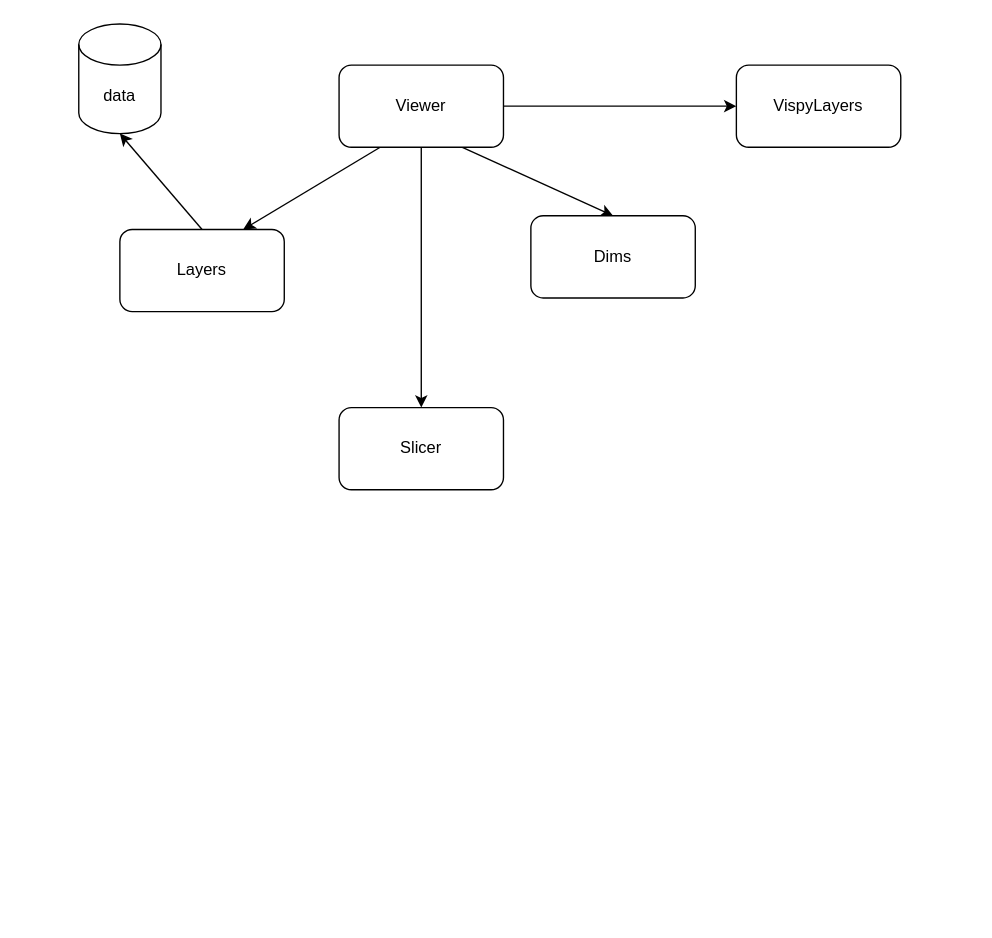
The draw.io diagram progressive-loading.drawio in andy-sweet/napari-diagrams, before the edit. Source tidied: cells renumbered, new cells numbered last; positions are measured from the earlier drawing's top-left corner, leaving out a move shared by most shapes. Both pictures are drawn from the tidied source at 137%, with x=0, y=0 at pixel (78, 23).
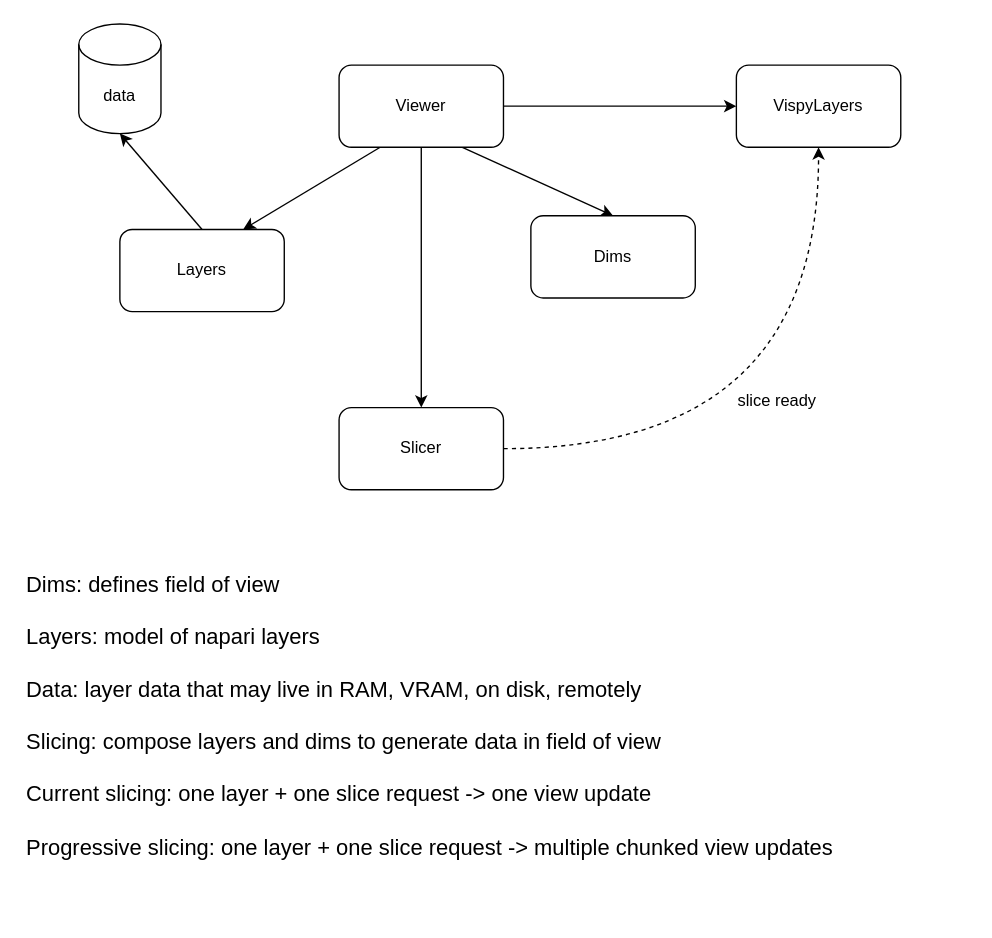
Above is the later version.

Diff of the diagram source:
```diff
@@
 <mxGraphModel>
   <root>
     <mxCell id="0" />
     <mxCell id="1" parent="0" />
     <mxCell id="2" value="data" style="shape=cylinder3;whiteSpace=wrap;html=1;boundedLbl=1;backgroundOutline=1;size=15;" parent="1" vertex="1">
       <mxGeometry width="60" height="80" as="geometry" />
     </mxCell>
     <mxCell id="3" style="rounded=0;jettySize=auto;html=1;exitX=0.25;exitY=1;exitDx=0;exitDy=0;entryX=0.75;entryY=0;entryDx=0;entryDy=0;" parent="1" edge="1" source="7" target="9">
       <mxGeometry relative="1" as="geometry" />
     </mxCell>
     <mxCell id="4" style="edgeStyle=none;rounded=0;jettySize=auto;html=1;exitX=0.75;exitY=1;exitDx=0;exitDy=0;entryX=0.5;entryY=0;entryDx=0;entryDy=0;" parent="1" edge="1" source="7" target="10">
       <mxGeometry relative="1" as="geometry" />
     </mxCell>
     <mxCell id="5" style="edgeStyle=none;rounded=0;jettySize=auto;html=1;exitX=0.5;exitY=1;exitDx=0;exitDy=0;entryX=0.5;entryY=0;entryDx=0;entryDy=0;" parent="1" edge="1" source="7" target="11">
       <mxGeometry relative="1" as="geometry" />
     </mxCell>
     <mxCell id="6" style="edgeStyle=none;rounded=0;jettySize=auto;html=1;exitX=1;exitY=0.5;exitDx=0;exitDy=0;entryX=0;entryY=0.5;entryDx=0;entryDy=0;" parent="1" edge="1" source="7" target="12">
       <mxGeometry relative="1" as="geometry" />
     </mxCell>
     <mxCell id="7" value="Viewer" style="rounded=1;whiteSpace=wrap;html=1;" parent="1" vertex="1">
       <mxGeometry x="190" y="30" width="120" height="60" as="geometry" />
     </mxCell>
     <mxCell id="8" style="edgeStyle=none;rounded=0;jettySize=auto;html=1;exitX=0.5;exitY=0;exitDx=0;exitDy=0;entryX=0.5;entryY=1;entryDx=0;entryDy=0;entryPerimeter=0;" parent="1" edge="1" source="9" target="2">
       <mxGeometry relative="1" as="geometry" />
     </mxCell>
     <mxCell id="9" value="Layers" style="rounded=1;whiteSpace=wrap;html=1;" parent="1" vertex="1">
       <mxGeometry x="30" y="150" width="120" height="60" as="geometry" />
     </mxCell>
     <mxCell id="10" value="Dims" style="rounded=1;whiteSpace=wrap;html=1;" parent="1" vertex="1">
       <mxGeometry x="330" y="140" width="120" height="60" as="geometry" />
     </mxCell>
+    <mxCell id="13" style="edgeStyle=orthogonalEdgeStyle;curved=1;rounded=0;jettySize=auto;html=1;exitX=1;exitY=0.5;exitDx=0;exitDy=0;entryX=0.5;entryY=1;entryDx=0;entryDy=0;dashed=1;" parent="1" edge="1" source="11" target="12">
+      <mxGeometry relative="1" as="geometry" />
+    </mxCell>
     <mxCell id="11" value="Slicer" style="rounded=1;whiteSpace=wrap;html=1;" parent="1" vertex="1">
       <mxGeometry x="190" y="280" width="120" height="60" as="geometry" />
     </mxCell>
     <mxCell id="12" value="VispyLayers" style="rounded=1;whiteSpace=wrap;html=1;" parent="1" vertex="1">
       <mxGeometry x="480" y="30" width="120" height="60" as="geometry" />
     </mxCell>
+    <mxCell id="14" value="slice ready" style="text;html=1;strokeColor=none;fillColor=none;align=center;verticalAlign=middle;whiteSpace=wrap;rounded=0;" parent="1" vertex="1">
+      <mxGeometry x="480" y="260" width="60" height="30" as="geometry" />
+    </mxCell>
+    <mxCell id="15" value="&lt;font style=&quot;font-size: 16px;&quot;&gt;Dims: defines field of view&lt;br&gt;&lt;br&gt;Layers: model of napari layers&lt;br&gt;&lt;br&gt;Data: layer data that may live in RAM, VRAM, on disk, remotely&lt;br&gt;&lt;br&gt;Slicing: compose layers and dims to generate data in field of view&lt;br&gt;&lt;br&gt;Current slicing: one layer + one slice request -&amp;gt; one view update&lt;br&gt;&lt;br&gt;Progressive slicing: one layer + one slice request -&amp;gt; multiple chunked view updates&lt;br&gt;&lt;/font&gt;" style="text;html=1;strokeColor=none;fillColor=none;align=left;verticalAlign=middle;whiteSpace=wrap;rounded=0;" parent="1" vertex="1">
+      <mxGeometry x="-40" y="360" width="690" height="290" as="geometry" />
+    </mxCell>
   </root>
 </mxGraphModel>
```
